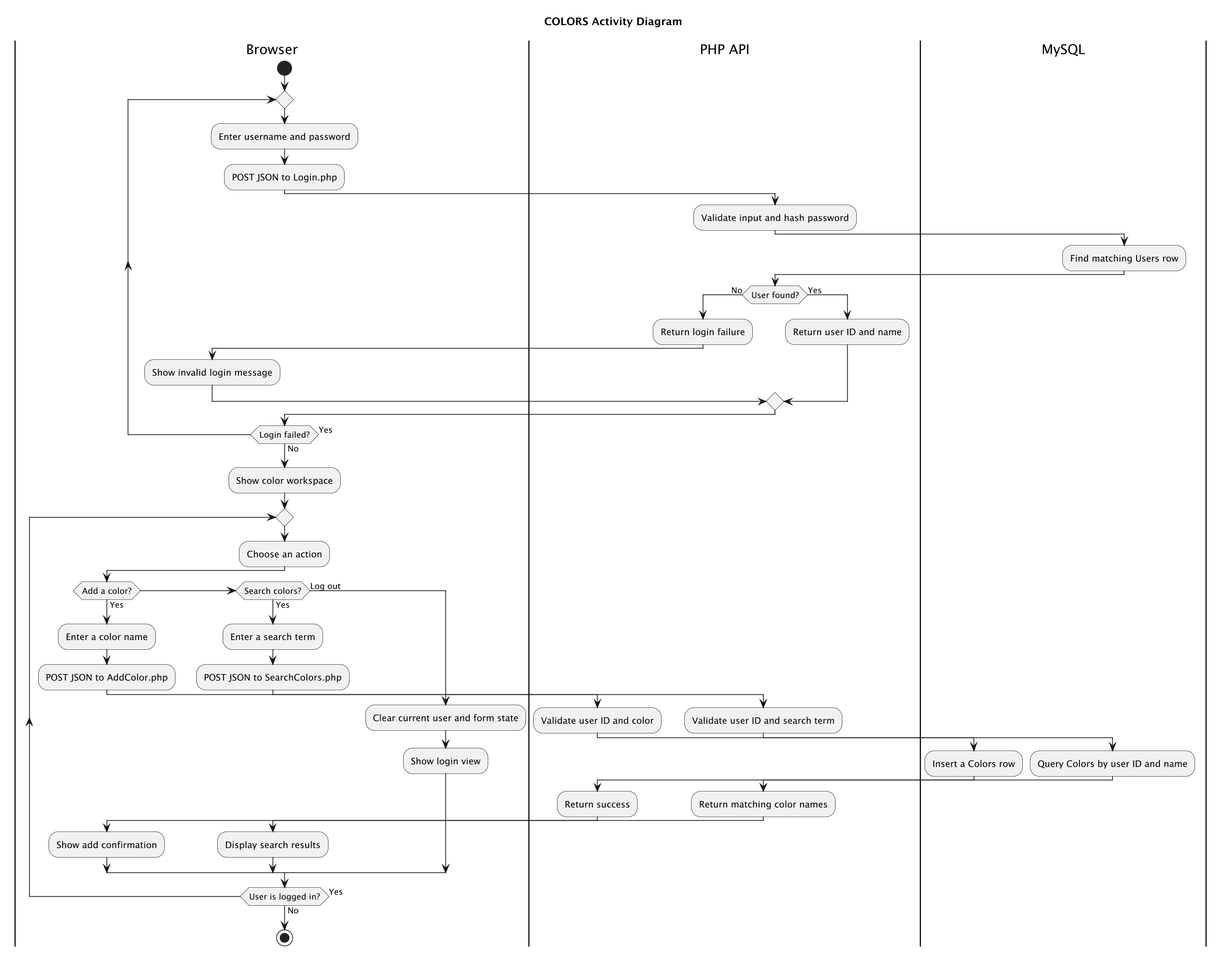
The PlantUML diagram docs/uml/activity.png in IbrahimShaqqou/colors-lamp, before a commit. Source of this version:
```plantuml
@startuml
!pragma layout smetana
title COLORS Activity Diagram

skinparam monochrome true
skinparam shadowing false
skinparam backgroundColor white
skinparam dpi 160

|Browser|
start

repeat
  :Enter username and password;
  :POST JSON to Login.php;
  |PHP API|
  :Validate input and hash password;
  |MySQL|
  :Find matching Users row;
  |PHP API|
  if (User found?) then (No)
    :Return login failure;
    |Browser|
    :Show invalid login message;
  else (Yes)
    |PHP API|
    :Return user ID and name;
    |Browser|
  endif
repeat while (Login failed?) is (Yes) not (No)

:Show color workspace;

repeat
  :Choose an action;
  if (Add a color?) then (Yes)
    :Enter a color name;
    :POST JSON to AddColor.php;
    |PHP API|
    :Validate user ID and color;
    |MySQL|
    :Insert a Colors row;
    |PHP API|
    :Return success;
    |Browser|
    :Show add confirmation;
  elseif (Search colors?) then (Yes)
    :Enter a search term;
    :POST JSON to SearchColors.php;
    |PHP API|
    :Validate user ID and search term;
    |MySQL|
    :Query Colors by user ID and name;
    |PHP API|
    :Return matching color names;
    |Browser|
    :Display search results;
  else (Log out)
    :Clear current user and form state;
    :Show login view;
  endif
repeat while (User is logged in?) is (Yes) not (No)

stop
@enduml
```
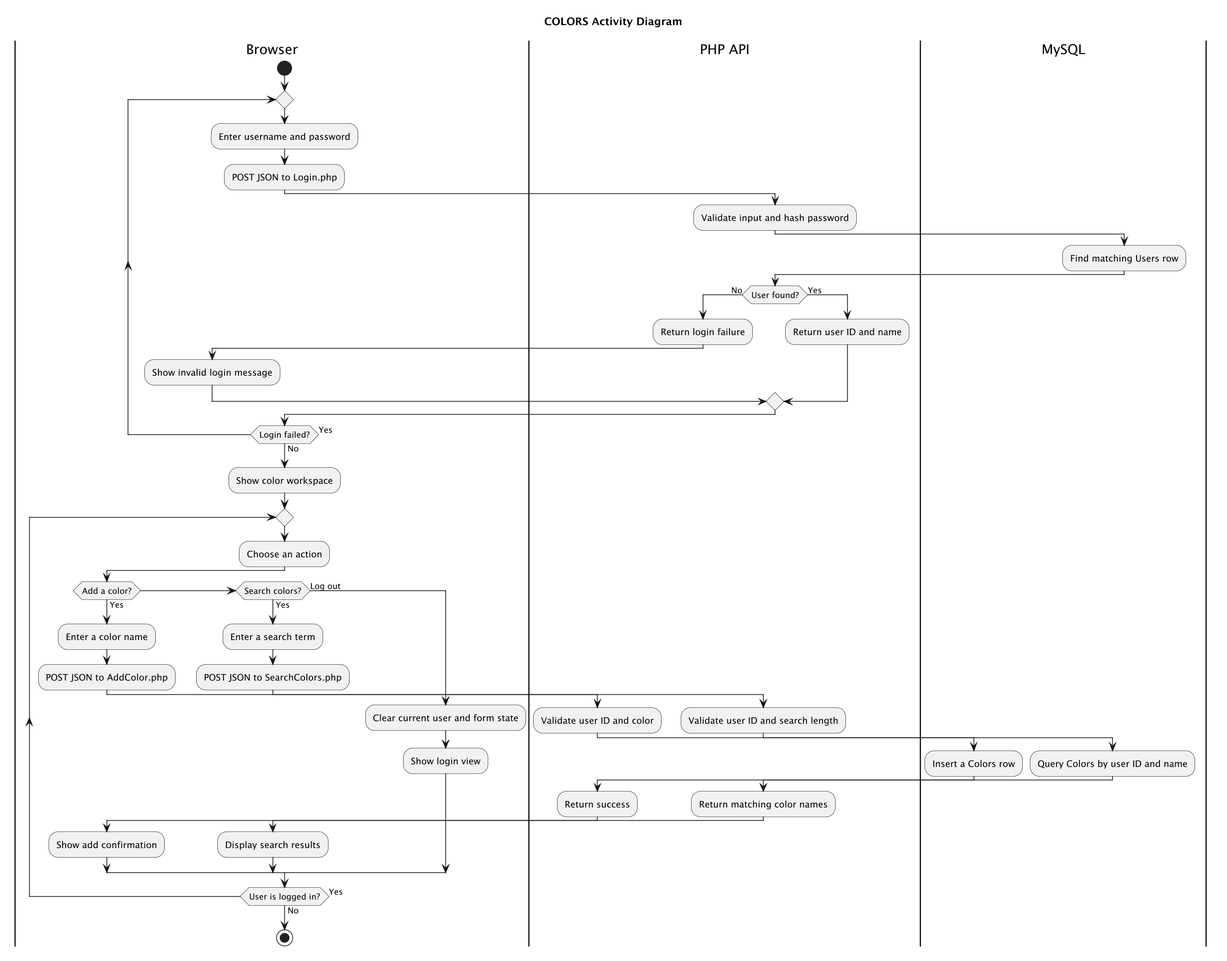
After the commit.

What changed in the source:
```diff
@@ -48,7 +48,7 @@
     :Enter a search term;
     :POST JSON to SearchColors.php;
     |PHP API|
-    :Validate user ID and search term;
+    :Validate user ID and search length;
     |MySQL|
     :Query Colors by user ID and name;
     |PHP API|
```
